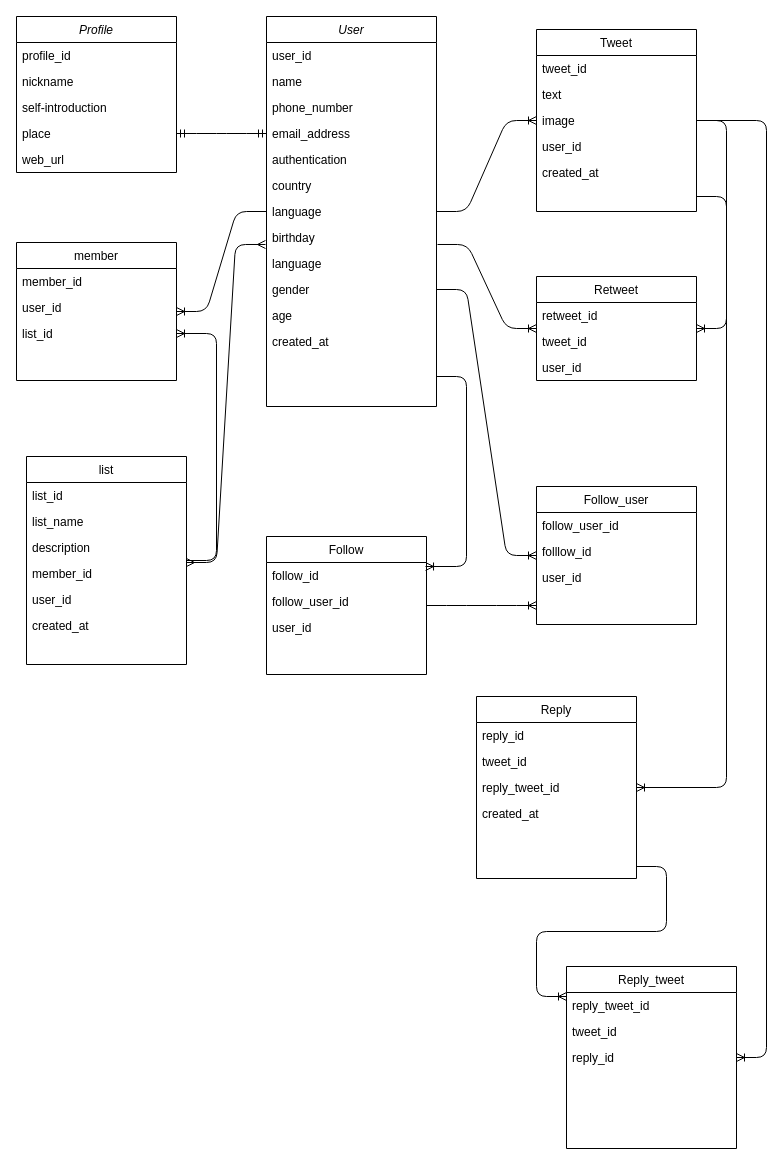
Earlier version of the draw.io diagram Twitter_ER_diagrams.drawio (ShotaTsuru/ruby-practices). Source tidied: cells renumbered, new cells numbered last; positions are measured from the earlier drawing's top-left corner, leaving out a move shared by most shapes. Both pictures are drawn from the tidied source at 100%, with x=0, y=0 at pixel (16, 16).
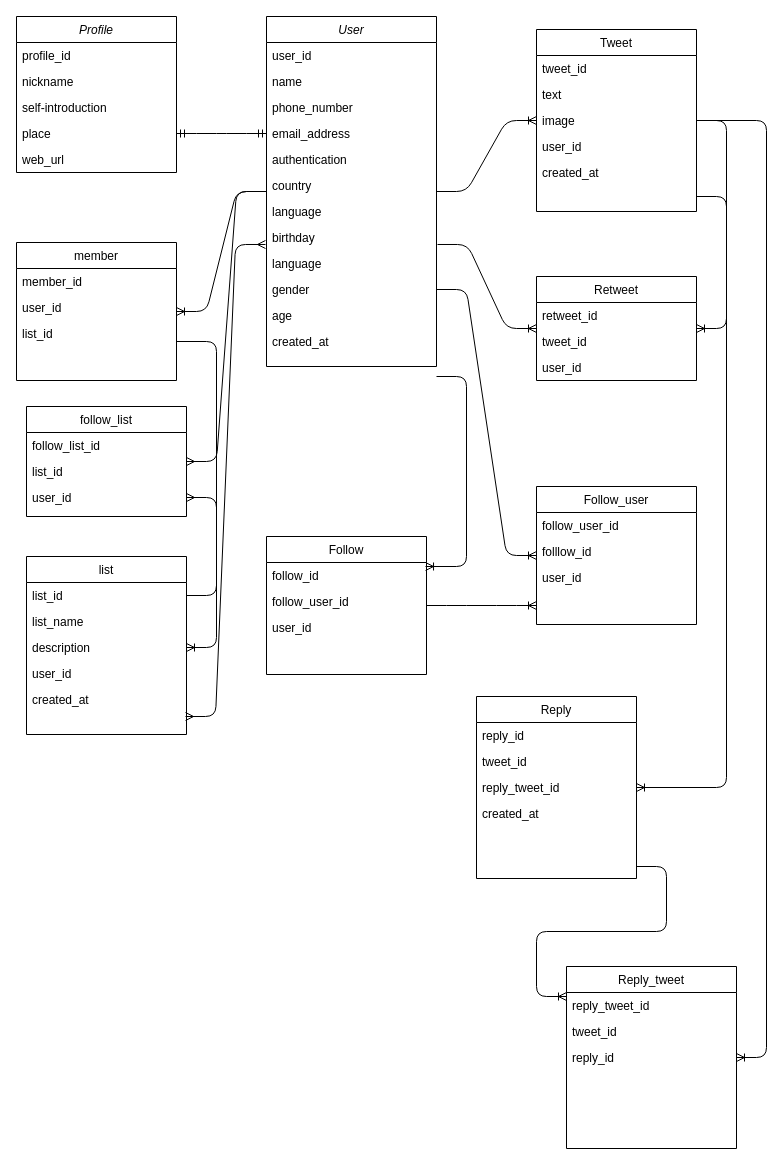
Above is the later version.

The change refers to these unchanged cells:
```xml
<mxCell id="31" value="birthday" style="text;align=left;verticalAlign=top;spacingLeft=4;spacingRight=4;overflow=hidden;points=[[0,0.5],[1,0.5]];portConstraint=eastwest;" parent="23" vertex="1">
  <mxGeometry y="208" width="170" height="26" as="geometry" />
</mxCell>
<mxCell id="37" value="list_id" style="text;align=left;verticalAlign=top;spacingLeft=4;spacingRight=4;overflow=hidden;points=[[0,0.5],[1,0.5]];portConstraint=eastwest;" parent="36" vertex="1">
  <mxGeometry y="26" width="160" height="26" as="geometry" />
</mxCell>
<mxCell id="39" value="description" style="text;align=left;verticalAlign=top;spacingLeft=4;spacingRight=4;overflow=hidden;points=[[0,0.5],[1,0.5]];portConstraint=eastwest;rounded=0;shadow=0;html=0;" parent="36" vertex="1">
  <mxGeometry y="78" width="160" height="26" as="geometry" />
</mxCell>
<mxCell id="48" value="list_id" style="text;align=left;verticalAlign=top;spacingLeft=4;spacingRight=4;overflow=hidden;points=[[0,0.5],[1,0.5]];portConstraint=eastwest;rounded=0;shadow=0;html=0;" parent="45" vertex="1">
  <mxGeometry y="78" width="160" height="26" as="geometry" />
</mxCell>
```

What changed in the source:
```diff
@@
     <mxCell id="23" value="User" style="swimlane;fontStyle=2;align=center;verticalAlign=top;horizontal=1;startSize=26;rounded=0;shadow=0;strokeWidth=1;" parent="1" vertex="1">
-      <mxGeometry x="250" width="170" height="390" as="geometry" />
+      <mxGeometry x="250" width="170" height="350" as="geometry" />
     </mxCell>
@@
     <mxCell id="36" value="list" style="swimlane;fontStyle=0;align=center;verticalAlign=top;horizontal=1;startSize=26;rounded=0;shadow=0;strokeWidth=1;" parent="1" vertex="1">
-      <mxGeometry x="10" y="440" width="160" height="208" as="geometry" />
+      <mxGeometry x="10" y="540" width="160" height="178" as="geometry" />
     </mxCell>
@@
-    <mxCell id="40" value="member_id" style="text;align=left;verticalAlign=top;spacingLeft=4;spacingRight=4;overflow=hidden;rounded=0;shadow=0;html=0;" parent="36" vertex="1">
-      <mxGeometry y="104" width="160" height="26" as="geometry" />
-    </mxCell>
     <mxCell id="41" value="user_id" style="text;align=left;verticalAlign=top;spacingLeft=4;spacingRight=4;overflow=hidden;rounded=0;shadow=0;html=0;" parent="36" vertex="1">
-      <mxGeometry y="130" width="160" height="26" as="geometry" />
+      <mxGeometry y="104" width="160" height="26" as="geometry" />
     </mxCell>
     <mxCell id="42" value="created_at" style="text;align=left;verticalAlign=top;spacingLeft=4;spacingRight=4;overflow=hidden;points=[[0,0.5],[1,0.5]];portConstraint=eastwest;" parent="36" vertex="1">
-      <mxGeometry y="156" width="160" height="26" as="geometry" />
+      <mxGeometry y="130" width="160" height="26" as="geometry" />
     </mxCell>
@@
-    <mxCell id="44" style="edgeStyle=entityRelationEdgeStyle;fontSize=12;html=1;endArrow=ERmany;startArrow=ERmany;entryX=-0.006;entryY=0.769;entryDx=0;entryDy=0;entryPerimeter=0;exitX=1;exitY=1.077;exitDx=0;exitDy=0;exitPerimeter=0;" parent="1" edge="1" source="39" target="31">
+    <mxCell id="44" style="edgeStyle=entityRelationEdgeStyle;fontSize=12;html=1;endArrow=ERmany;startArrow=ERmany;entryX=-0.006;entryY=0.769;entryDx=0;entryDy=0;entryPerimeter=0;exitX=0.994;exitY=1.154;exitDx=0;exitDy=0;exitPerimeter=0;" parent="1" edge="1" source="42" target="31">
       <mxGeometry relative="1" as="geometry" />
     </mxCell>
@@
-    <mxCell id="49" style="edgeStyle=entityRelationEdgeStyle;fontSize=12;html=1;endArrow=ERoneToMany;entryX=1;entryY=0.5;entryDx=0;entryDy=0;" parent="1" edge="1" source="36" target="48">
-      <mxGeometry relative="1" as="geometry" />
+    <mxCell id="49" style="edgeStyle=entityRelationEdgeStyle;fontSize=12;html=1;endArrow=ERoneToMany;" parent="1" edge="1" target="39">
+      <mxGeometry relative="1" as="geometry">
+        <mxPoint x="160" y="325" as="sourcePoint" />
+      </mxGeometry>
     </mxCell>
@@
+    <mxCell id="72" value="follow_list" style="swimlane;fontStyle=0;align=center;verticalAlign=top;horizontal=1;startSize=26;rounded=0;shadow=0;strokeWidth=1;" parent="1" vertex="1">
+      <mxGeometry x="10" y="390" width="160" height="110" as="geometry" />
+    </mxCell>
+    <mxCell id="73" value="follow_list_id" style="text;align=left;verticalAlign=top;spacingLeft=4;spacingRight=4;overflow=hidden;" parent="72" vertex="1">
+      <mxGeometry y="26" width="160" height="26" as="geometry" />
+    </mxCell>
+    <mxCell id="74" value="list_id" style="text;align=left;verticalAlign=top;spacingLeft=4;spacingRight=4;overflow=hidden;rounded=0;shadow=0;html=0;" parent="72" vertex="1">
+      <mxGeometry y="52" width="160" height="26" as="geometry" />
+    </mxCell>
+    <mxCell id="75" value="user_id" style="text;align=left;verticalAlign=top;spacingLeft=4;spacingRight=4;overflow=hidden;points=[[0,0.5],[1,0.5]];portConstraint=eastwest;rounded=0;shadow=0;html=0;" parent="72" vertex="1">
+      <mxGeometry y="78" width="160" height="26" as="geometry" />
+    </mxCell>
+    <mxCell id="76" style="edgeStyle=entityRelationEdgeStyle;fontSize=12;html=1;endArrow=ERmany;entryX=1;entryY=0.5;entryDx=0;entryDy=0;exitX=1;exitY=0.5;exitDx=0;exitDy=0;" parent="1" edge="1" source="37" target="75">
+      <mxGeometry relative="1" as="geometry" />
+    </mxCell>
+    <mxCell id="77" style="edgeStyle=entityRelationEdgeStyle;fontSize=12;html=1;endArrow=ERmany;" parent="1" edge="1" source="23" target="72">
+      <mxGeometry relative="1" as="geometry" />
+    </mxCell>
```
